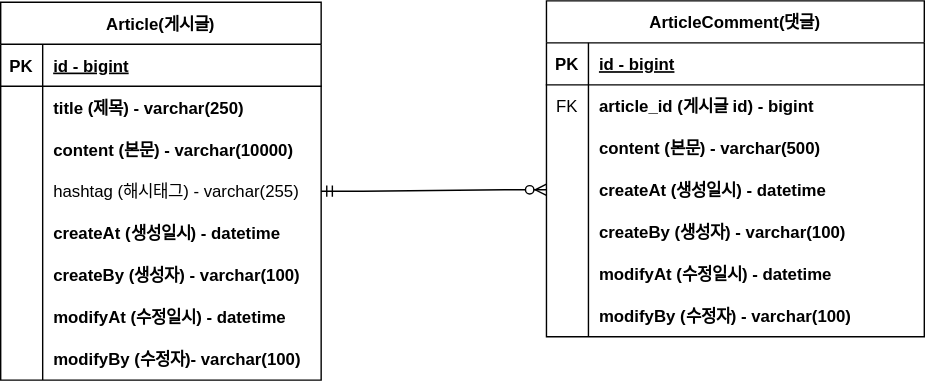
Above: document/project-board-erd.svg in sabsiru/my-project-board (draw.io), before the change. Source tidied: cells renumbered, new cells last; positions are measured from the earlier drawing's top-left corner, leaving out a move shared by most shapes.
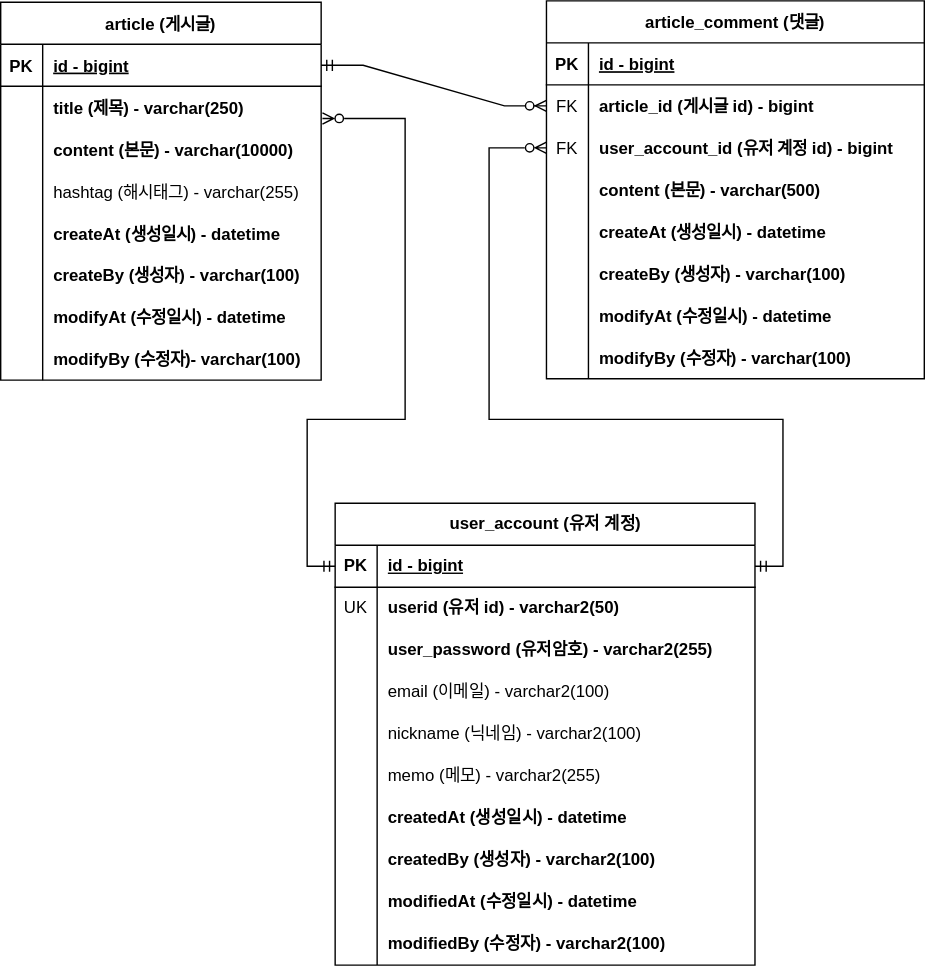
Later version of the same file.

Commit message:
user_account (유저 계정)테이블 추가

Diff of the diagram source:
```diff
@@ -2,7 +2,7 @@
   <root>
     <mxCell id="0" />
     <mxCell id="1" parent="0" />
-    <mxCell id="2" value="Article(게시글)" style="shape=table;startSize=30;rowLines=0;fontStyle=1;align=center;" parent="1" vertex="1">
+    <mxCell id="2" value="article (게시글)" style="shape=table;startSize=30;rowLines=0;fontStyle=1;align=center;" parent="1" vertex="1">
       <mxGeometry y="1" width="229" height="270" as="geometry" />
     </mxCell>
     <mxCell id="3" style="shape=partialRectangle;fillColor=none;points=[[0,0.5],[1,0.5]];portConstraint=eastwest;top=0;left=0;right=0;bottom=1;" parent="2" vertex="1">
@@ -77,8 +77,8 @@
     <mxCell id="26" value="modifyBy (수정자)- varchar(100)" style="shape=partialRectangle;overflow=hidden;fillColor=none;top=0;left=0;bottom=0;right=0;align=left;spacingLeft=6;fontStyle=1;" parent="24" vertex="1">
       <mxGeometry x="30" width="199" height="30" as="geometry" />
     </mxCell>
-    <mxCell id="27" value="ArticleComment(댓글)" style="shape=table;startSize=30;rowLines=0;fontStyle=1;align=center;" parent="1" vertex="1">
-      <mxGeometry x="390" width="270" height="240" as="geometry" />
+    <mxCell id="27" value="article_comment (댓글)" style="shape=table;startSize=30;rowLines=0;fontStyle=1;align=center;" parent="1" vertex="1">
+      <mxGeometry x="390" width="270" height="270" as="geometry" />
     </mxCell>
     <mxCell id="28" style="shape=partialRectangle;fillColor=none;top=0;left=0;right=0;bottom=1;" parent="27" vertex="1">
       <mxGeometry y="30" width="270" height="30" as="geometry" />
@@ -98,8 +98,17 @@
     <mxCell id="33" value="article_id (게시글 id) - bigint" style="shape=partialRectangle;overflow=hidden;fillColor=none;top=0;left=0;bottom=0;right=0;align=left;spacingLeft=6;fontStyle=1;" parent="31" vertex="1">
       <mxGeometry x="30" width="240" height="30" as="geometry" />
     </mxCell>
+    <mxCell id="50" style="shape=partialRectangle;fillColor=none;points=[[0,0.5],[1,0.5]];portConstraint=eastwest;top=0;left=0;right=0;bottom=0;" parent="27" vertex="1">
+      <mxGeometry y="90" width="270" height="30" as="geometry" />
+    </mxCell>
+    <mxCell id="51" value="FK" style="shape=partialRectangle;overflow=hidden;fillColor=none;top=0;left=0;bottom=0;right=0;" parent="50" vertex="1">
+      <mxGeometry width="30" height="30" as="geometry" />
+    </mxCell>
+    <mxCell id="52" value="user_account_id (유저 계정 id) - bigint" style="shape=partialRectangle;overflow=hidden;fillColor=none;top=0;left=0;bottom=0;right=0;align=left;spacingLeft=6;fontStyle=1;" parent="50" vertex="1">
+      <mxGeometry x="30" width="240" height="30" as="geometry" />
+    </mxCell>
     <mxCell id="34" style="shape=partialRectangle;fillColor=none;top=0;left=0;right=0;bottom=0;" parent="27" vertex="1">
-      <mxGeometry y="90" width="270" height="30" as="geometry" />
+      <mxGeometry y="120" width="270" height="30" as="geometry" />
     </mxCell>
     <mxCell id="35" style="shape=partialRectangle;overflow=hidden;fillColor=none;top=0;left=0;bottom=0;right=0;" parent="34" vertex="1">
       <mxGeometry width="30" height="30" as="geometry" />
@@ -108,7 +117,7 @@
       <mxGeometry x="30" width="240" height="30" as="geometry" />
     </mxCell>
     <mxCell id="37" style="shape=partialRectangle;fillColor=none;points=[[0,0.5],[1,0.5]];portConstraint=eastwest;top=0;left=0;right=0;bottom=0;" parent="27" vertex="1">
-      <mxGeometry y="120" width="270" height="30" as="geometry" />
+      <mxGeometry y="150" width="270" height="30" as="geometry" />
     </mxCell>
     <mxCell id="38" style="shape=partialRectangle;overflow=hidden;fillColor=none;top=0;left=0;bottom=0;right=0;" parent="37" vertex="1">
       <mxGeometry width="30" height="30" as="geometry" />
@@ -117,7 +126,7 @@
       <mxGeometry x="30" width="240" height="30" as="geometry" />
     </mxCell>
     <mxCell id="40" style="shape=partialRectangle;fillColor=none;top=0;left=0;right=0;bottom=0;" parent="27" vertex="1">
-      <mxGeometry y="150" width="270" height="30" as="geometry" />
+      <mxGeometry y="180" width="270" height="30" as="geometry" />
     </mxCell>
     <mxCell id="41" style="shape=partialRectangle;overflow=hidden;fillColor=none;top=0;left=0;bottom=0;right=0;" parent="40" vertex="1">
       <mxGeometry width="30" height="30" as="geometry" />
@@ -126,7 +135,7 @@
       <mxGeometry x="30" width="240" height="30" as="geometry" />
     </mxCell>
     <mxCell id="43" style="shape=partialRectangle;fillColor=none;top=0;left=0;right=0;bottom=0;" parent="27" vertex="1">
-      <mxGeometry y="180" width="270" height="30" as="geometry" />
+      <mxGeometry y="210" width="270" height="30" as="geometry" />
     </mxCell>
     <mxCell id="44" style="shape=partialRectangle;overflow=hidden;fillColor=none;top=0;left=0;bottom=0;right=0;" parent="43" vertex="1">
       <mxGeometry width="30" height="30" as="geometry" />
@@ -135,7 +144,7 @@
       <mxGeometry x="30" width="240" height="30" as="geometry" />
     </mxCell>
     <mxCell id="46" style="shape=partialRectangle;fillColor=none;top=0;left=0;right=0;bottom=0;" parent="27" vertex="1">
-      <mxGeometry y="210" width="270" height="30" as="geometry" />
+      <mxGeometry y="240" width="270" height="30" as="geometry" />
     </mxCell>
     <mxCell id="47" style="shape=partialRectangle;overflow=hidden;fillColor=none;top=0;left=0;bottom=0;right=0;" parent="46" vertex="1">
       <mxGeometry width="30" height="30" as="geometry" />
@@ -143,8 +152,121 @@
     <mxCell id="48" value="modifyBy (수정자) - varchar(100)" style="shape=partialRectangle;overflow=hidden;fillColor=none;top=0;left=0;bottom=0;right=0;align=left;spacingLeft=6;fontStyle=1;" parent="46" vertex="1">
       <mxGeometry x="30" width="240" height="30" as="geometry" />
     </mxCell>
-    <mxCell id="49" style="edgeStyle=entityRelationEdgeStyle;fontSize=12;html=1;endArrow=ERzeroToMany;startArrow=ERmandOne;rounded=0;exitX=1;exitY=0.5;exitDx=0;exitDy=0;entryX=0;entryY=0.5;entryDx=0;entryDy=0;" parent="1" edge="1" source="12" target="37">
+    <mxCell id="49" style="edgeStyle=entityRelationEdgeStyle;fontSize=12;html=1;endArrow=ERzeroToMany;startArrow=ERmandOne;rounded=0;exitX=1;exitY=0.5;exitDx=0;exitDy=0;entryX=0;entryY=0.5;entryDx=0;entryDy=0;" parent="1" edge="1" source="3" target="31">
       <mxGeometry relative="1" as="geometry" />
     </mxCell>
+    <mxCell id="53" value="user_account (유저 계정)" style="shape=table;startSize=30;rowLines=0;fontStyle=1;align=center;html=1;" parent="1" vertex="1">
+      <mxGeometry x="239" y="359" width="300" height="330" as="geometry" />
+    </mxCell>
+    <mxCell id="54" style="shape=tableRow;horizontal=0;startSize=0;swimlaneHead=0;swimlaneBody=0;fillColor=none;points=[[0,0.5],[1,0.5]];portConstraint=eastwest;top=0;left=0;right=0;bottom=1;" parent="53" vertex="1">
+      <mxGeometry y="30" width="300" height="30" as="geometry" />
+    </mxCell>
+    <mxCell id="55" value="PK" style="shape=partialRectangle;fillColor=none;top=0;left=0;bottom=0;right=0;fontStyle=1;overflow=hidden;whiteSpace=wrap;html=1;" parent="54" vertex="1">
+      <mxGeometry width="30" height="30" as="geometry" />
+    </mxCell>
+    <mxCell id="56" value="id - bigint" style="shape=partialRectangle;fillColor=none;top=0;left=0;bottom=0;right=0;align=left;spacingLeft=6;fontStyle=5;overflow=hidden;whiteSpace=wrap;html=1;" parent="54" vertex="1">
+      <mxGeometry x="30" width="270" height="30" as="geometry" />
+    </mxCell>
+    <mxCell id="57" style="shape=tableRow;horizontal=0;startSize=0;swimlaneHead=0;swimlaneBody=0;fillColor=none;top=0;left=0;right=0;bottom=0;" parent="53" vertex="1">
+      <mxGeometry y="60" width="300" height="30" as="geometry" />
+    </mxCell>
+    <mxCell id="58" value="UK" style="shape=partialRectangle;fillColor=none;top=0;left=0;bottom=0;right=0;overflow=hidden;whiteSpace=wrap;html=1;" parent="57" vertex="1">
+      <mxGeometry width="30" height="30" as="geometry" />
+    </mxCell>
+    <mxCell id="59" value="userid (유저 id) - varchar2(50)" style="shape=partialRectangle;fillColor=none;top=0;left=0;bottom=0;right=0;align=left;spacingLeft=6;overflow=hidden;whiteSpace=wrap;html=1;fontStyle=1;" parent="57" vertex="1">
+      <mxGeometry x="30" width="270" height="30" as="geometry" />
+    </mxCell>
+    <mxCell id="60" style="shape=tableRow;horizontal=0;startSize=0;swimlaneHead=0;swimlaneBody=0;fillColor=none;top=0;left=0;right=0;bottom=0;" parent="53" vertex="1">
+      <mxGeometry y="90" width="300" height="30" as="geometry" />
+    </mxCell>
+    <mxCell id="61" style="shape=partialRectangle;fillColor=none;top=0;left=0;bottom=0;right=0;overflow=hidden;whiteSpace=wrap;html=1;" parent="60" vertex="1">
+      <mxGeometry width="30" height="30" as="geometry" />
+    </mxCell>
+    <mxCell id="62" value="user_password (유저암호) - varchar2(255)" style="shape=partialRectangle;fillColor=none;top=0;left=0;bottom=0;right=0;align=left;spacingLeft=6;overflow=hidden;whiteSpace=wrap;html=1;fontStyle=1;" parent="60" vertex="1">
+      <mxGeometry x="30" width="270" height="30" as="geometry" />
+    </mxCell>
+    <mxCell id="63" style="shape=tableRow;horizontal=0;startSize=0;swimlaneHead=0;swimlaneBody=0;fillColor=none;top=0;left=0;right=0;bottom=0;" parent="53" vertex="1">
+      <mxGeometry y="120" width="300" height="30" as="geometry" />
+    </mxCell>
+    <mxCell id="64" style="shape=partialRectangle;fillColor=none;top=0;left=0;bottom=0;right=0;overflow=hidden;whiteSpace=wrap;html=1;" parent="63" vertex="1">
+      <mxGeometry width="30" height="30" as="geometry" />
+    </mxCell>
+    <mxCell id="65" value="email (이메일) - varchar2(100)" style="shape=partialRectangle;fillColor=none;top=0;left=0;bottom=0;right=0;align=left;spacingLeft=6;overflow=hidden;whiteSpace=wrap;html=1;" parent="63" vertex="1">
+      <mxGeometry x="30" width="270" height="30" as="geometry" />
+    </mxCell>
+    <mxCell id="66" style="shape=tableRow;horizontal=0;startSize=0;swimlaneHead=0;swimlaneBody=0;fillColor=none;top=0;left=0;right=0;bottom=0;" parent="53" vertex="1">
+      <mxGeometry y="150" width="300" height="30" as="geometry" />
+    </mxCell>
+    <mxCell id="67" style="shape=partialRectangle;fillColor=none;top=0;left=0;bottom=0;right=0;overflow=hidden;whiteSpace=wrap;html=1;" parent="66" vertex="1">
+      <mxGeometry width="30" height="30" as="geometry" />
+    </mxCell>
+    <mxCell id="68" value="nickname (닉네임) - varchar2(100)" style="shape=partialRectangle;fillColor=none;top=0;left=0;bottom=0;right=0;align=left;spacingLeft=6;overflow=hidden;whiteSpace=wrap;html=1;" parent="66" vertex="1">
+      <mxGeometry x="30" width="270" height="30" as="geometry" />
+    </mxCell>
+    <mxCell id="69" style="shape=tableRow;horizontal=0;startSize=0;swimlaneHead=0;swimlaneBody=0;fillColor=none;top=0;left=0;right=0;bottom=0;" parent="53" vertex="1">
+      <mxGeometry y="180" width="300" height="30" as="geometry" />
+    </mxCell>
+    <mxCell id="70" style="shape=partialRectangle;fillColor=none;top=0;left=0;bottom=0;right=0;overflow=hidden;whiteSpace=wrap;html=1;" parent="69" vertex="1">
+      <mxGeometry width="30" height="30" as="geometry" />
+    </mxCell>
+    <mxCell id="71" value="memo (메모) - varchar2(255)" style="shape=partialRectangle;fillColor=none;top=0;left=0;bottom=0;right=0;align=left;spacingLeft=6;overflow=hidden;whiteSpace=wrap;html=1;" parent="69" vertex="1">
+      <mxGeometry x="30" width="270" height="30" as="geometry" />
+    </mxCell>
+    <mxCell id="72" style="shape=tableRow;horizontal=0;startSize=0;swimlaneHead=0;swimlaneBody=0;fillColor=none;top=0;left=0;right=0;bottom=0;" parent="53" vertex="1">
+      <mxGeometry y="210" width="300" height="30" as="geometry" />
+    </mxCell>
+    <mxCell id="73" style="shape=partialRectangle;fillColor=none;top=0;left=0;bottom=0;right=0;overflow=hidden;whiteSpace=wrap;html=1;" parent="72" vertex="1">
+      <mxGeometry width="30" height="30" as="geometry" />
+    </mxCell>
+    <mxCell id="74" value="createdAt (생성일시) - datetime" style="shape=partialRectangle;fillColor=none;top=0;left=0;bottom=0;right=0;align=left;spacingLeft=6;overflow=hidden;whiteSpace=wrap;html=1;fontStyle=1;" parent="72" vertex="1">
+      <mxGeometry x="30" width="270" height="30" as="geometry" />
+    </mxCell>
+    <mxCell id="75" style="shape=tableRow;horizontal=0;startSize=0;swimlaneHead=0;swimlaneBody=0;fillColor=none;top=0;left=0;right=0;bottom=0;" parent="53" vertex="1">
+      <mxGeometry y="240" width="300" height="30" as="geometry" />
+    </mxCell>
+    <mxCell id="76" style="shape=partialRectangle;fillColor=none;top=0;left=0;bottom=0;right=0;overflow=hidden;whiteSpace=wrap;html=1;" parent="75" vertex="1">
+      <mxGeometry width="30" height="30" as="geometry" />
+    </mxCell>
+    <mxCell id="77" value="createdBy (생성자) - varchar2(100)" style="shape=partialRectangle;fillColor=none;top=0;left=0;bottom=0;right=0;align=left;spacingLeft=6;overflow=hidden;whiteSpace=wrap;html=1;fontStyle=1;" parent="75" vertex="1">
+      <mxGeometry x="30" width="270" height="30" as="geometry" />
+    </mxCell>
+    <mxCell id="78" style="shape=tableRow;horizontal=0;startSize=0;swimlaneHead=0;swimlaneBody=0;fillColor=none;top=0;left=0;right=0;bottom=0;" parent="53" vertex="1">
+      <mxGeometry y="270" width="300" height="30" as="geometry" />
+    </mxCell>
+    <mxCell id="79" style="shape=partialRectangle;fillColor=none;top=0;left=0;bottom=0;right=0;overflow=hidden;whiteSpace=wrap;html=1;" parent="78" vertex="1">
+      <mxGeometry width="30" height="30" as="geometry" />
+    </mxCell>
+    <mxCell id="80" value="modifiedAt (수정일시) - datetime" style="shape=partialRectangle;fillColor=none;top=0;left=0;bottom=0;right=0;align=left;spacingLeft=6;overflow=hidden;whiteSpace=wrap;html=1;fontStyle=1;" parent="78" vertex="1">
+      <mxGeometry x="30" width="270" height="30" as="geometry" />
+    </mxCell>
+    <mxCell id="81" style="shape=tableRow;horizontal=0;startSize=0;swimlaneHead=0;swimlaneBody=0;fillColor=none;top=0;left=0;right=0;bottom=0;" parent="53" vertex="1">
+      <mxGeometry y="300" width="300" height="30" as="geometry" />
+    </mxCell>
+    <mxCell id="82" style="shape=partialRectangle;fillColor=none;top=0;left=0;bottom=0;right=0;overflow=hidden;whiteSpace=wrap;html=1;" parent="81" vertex="1">
+      <mxGeometry width="30" height="30" as="geometry" />
+    </mxCell>
+    <mxCell id="83" value="modifiedBy (수정자) - varchar2(100)" style="shape=partialRectangle;fillColor=none;top=0;left=0;bottom=0;right=0;align=left;spacingLeft=6;overflow=hidden;whiteSpace=wrap;html=1;fontStyle=1;" parent="81" vertex="1">
+      <mxGeometry x="30" width="270" height="30" as="geometry" />
+    </mxCell>
+    <mxCell id="84" style="edgeStyle=orthogonalEdgeStyle;rounded=0;jettySize=auto;html=1;entryX=1.004;entryY=0.767;entryDx=0;entryDy=0;entryPerimeter=0;endArrow=ERzeroToMany;endFill=0;startArrow=ERmandOne;startFill=0;" parent="1" edge="1" source="54" target="6">
+      <mxGeometry relative="1" as="geometry">
+        <Array as="points">
+          <mxPoint x="219" y="404" />
+          <mxPoint x="219" y="299" />
+          <mxPoint x="289" y="299" />
+          <mxPoint x="289" y="84" />
+        </Array>
+      </mxGeometry>
+    </mxCell>
+    <mxCell id="85" style="edgeStyle=orthogonalEdgeStyle;rounded=0;jettySize=auto;html=1;entryX=0;entryY=0.5;entryDx=0;entryDy=0;endArrow=ERzeroToMany;endFill=0;startArrow=ERmandOne;startFill=0;" parent="1" edge="1" source="54" target="50">
+      <mxGeometry relative="1" as="geometry">
+        <Array as="points">
+          <mxPoint x="559" y="404" />
+          <mxPoint x="559" y="299" />
+          <mxPoint x="349" y="299" />
+          <mxPoint x="349" y="105" />
+        </Array>
+      </mxGeometry>
+    </mxCell>
   </root>
 </mxGraphModel>
```
